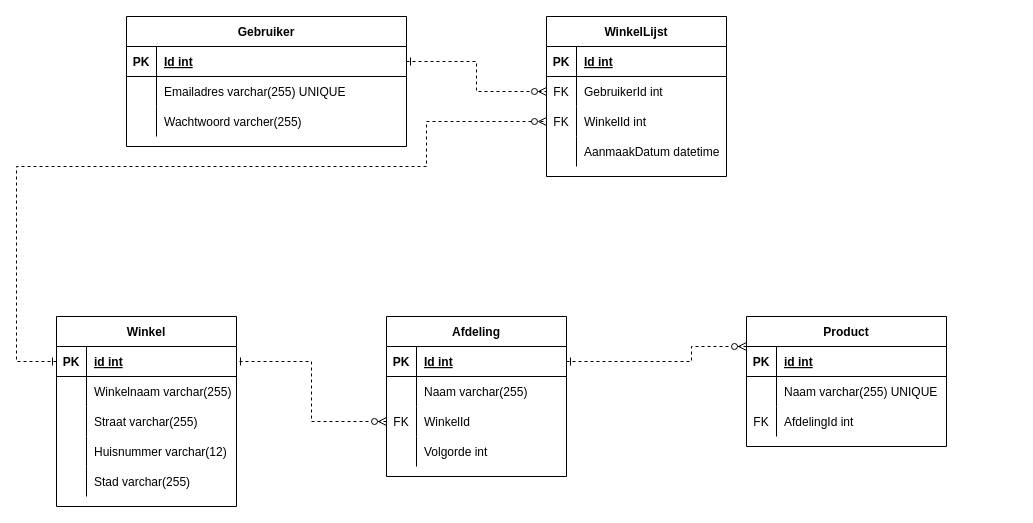
This is Erd Agile and testing Winkellijst.drawio from Agile-TestingTeam2/Project_winkellijst, a draw.io file, before an edit. Source tidied: cells renumbered, new cells numbered last; positions are measured from the earlier drawing's top-left corner, leaving out a move shared by most shapes. Both pictures are drawn from the tidied source at 100%, with x=0, y=0 at pixel (16, 16).
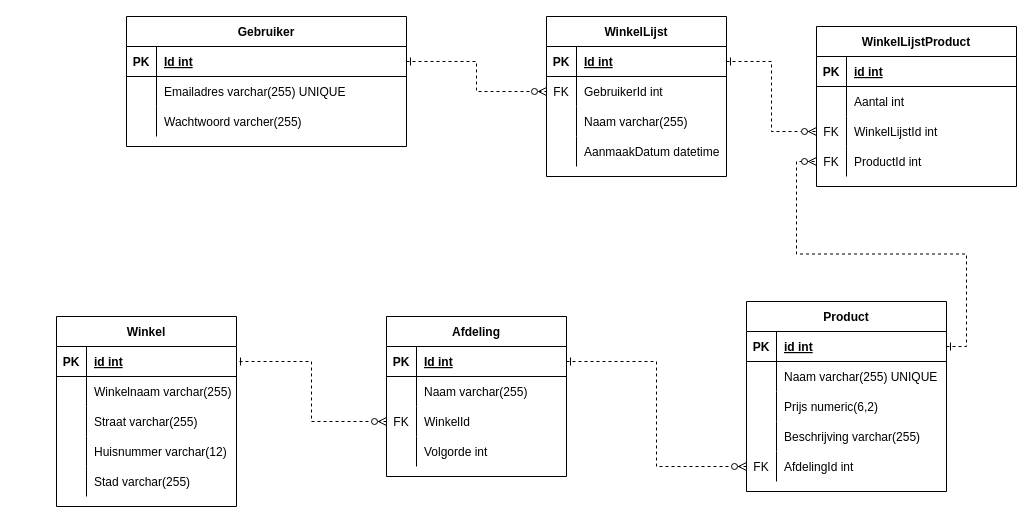
Above is the later version.

Unchanged cells that the change refers to:
```xml
<mxCell id="3" style="shape=partialRectangle;fillColor=none;top=0;left=0;bottom=1;right=0;points=[[0,0.5],[1,0.5]];portConstraint=eastwest;" parent="2" vertex="1">
  <mxGeometry y="30" width="180" height="30" as="geometry" />
</mxCell>
<mxCell id="19" style="shape=partialRectangle;fillColor=none;top=0;left=0;bottom=1;right=0;points=[[0,0.5],[1,0.5]];portConstraint=eastwest;" parent="18" vertex="1">
  <mxGeometry y="30" width="180" height="30" as="geometry" />
</mxCell>
<mxCell id="25" style="shape=partialRectangle;fillColor=none;top=0;left=0;bottom=0;right=0;points=[[0,0.5],[1,0.5]];portConstraint=eastwest;" parent="18" vertex="1">
  <mxGeometry y="90" width="180" height="30" as="geometry" />
</mxCell>
<mxCell id="45" style="shape=partialRectangle;fillColor=none;top=0;left=0;bottom=1;right=0;points=[[0,0.5],[1,0.5]];portConstraint=eastwest;" parent="44" vertex="1">
  <mxGeometry y="30" width="180" height="30" as="geometry" />
</mxCell>
<mxCell id="59" style="shape=partialRectangle;fillColor=none;top=0;left=0;bottom=1;right=0;points=[[0,0.5],[1,0.5]];portConstraint=eastwest;" parent="58" vertex="1">
  <mxGeometry y="30" width="200" height="30" as="geometry" />
</mxCell>
```

Change to the diagram source:
```diff
@@
-    <mxCell id="26" value="FK" style="shape=partialRectangle;fillColor=none;top=0;left=0;bottom=0;right=0;overflow=hidden;" parent="25" vertex="1">
+    <mxCell id="26" style="shape=partialRectangle;fillColor=none;top=0;left=0;bottom=0;right=0;overflow=hidden;" parent="25" vertex="1">
       <mxGeometry width="30" height="30" as="geometry" />
     </mxCell>
-    <mxCell id="27" value="WinkelId int" style="shape=partialRectangle;fillColor=none;top=0;left=0;bottom=0;right=0;align=left;spacingLeft=6;overflow=hidden;" parent="25" vertex="1">
+    <mxCell id="27" value="Naam varchar(255)" style="shape=partialRectangle;fillColor=none;top=0;left=0;bottom=0;right=0;align=left;spacingLeft=6;overflow=hidden;" parent="25" vertex="1">
       <mxGeometry x="30" width="150" height="30" as="geometry" />
     </mxCell>
@@
-    <mxCell id="42" style="edgeStyle=orthogonalEdgeStyle;rounded=0;jettySize=auto;html=1;dashed=1;startArrow=ERone;startFill=0;endArrow=ERzeroToMany;endFill=1;" parent="1" edge="1" source="3" target="25">
-      <mxGeometry relative="1" as="geometry">
-        <Array as="points">
-          <mxPoint y="345" />
-          <mxPoint y="150" />
-          <mxPoint x="410" y="150" />
-          <mxPoint x="410" y="105" />
-        </Array>
-      </mxGeometry>
-    </mxCell>
-    <mxCell id="43" style="edgeStyle=orthogonalEdgeStyle;rounded=0;jettySize=auto;html=1;entryX=1;entryY=0.5;entryDx=0;entryDy=0;startArrow=ERzeroToMany;startFill=1;endArrow=ERone;endFill=0;dashed=1;" parent="1" edge="1" source="59" target="45">
-      <mxGeometry relative="1" as="geometry">
-        <Array as="points">
-          <mxPoint x="675" y="330" />
-          <mxPoint x="675" y="345" />
-        </Array>
-      </mxGeometry>
-    </mxCell>
@@
     <mxCell id="58" value="Product" style="shape=table;startSize=30;childLayout=tableLayout;rowLines=0;fontStyle=1;align=center;" parent="1" vertex="1">
-      <mxGeometry x="730" y="300" width="200" height="130" as="geometry" />
+      <mxGeometry x="730" y="285" width="200" height="190" as="geometry" />
     </mxCell>
@@
+    <mxCell id="68" style="shape=partialRectangle;fillColor=none;top=0;left=0;bottom=0;right=0;" parent="58" vertex="1">
+      <mxGeometry y="90" width="200" height="30" as="geometry" />
+    </mxCell>
+    <mxCell id="69" style="shape=partialRectangle;fillColor=none;top=0;left=0;bottom=0;right=0;overflow=hidden;" parent="68" vertex="1">
+      <mxGeometry width="30" height="30" as="geometry" />
+    </mxCell>
+    <mxCell id="70" value="Prijs numeric(6,2)" style="shape=partialRectangle;fillColor=none;top=0;left=0;bottom=0;right=0;align=left;spacingLeft=6;overflow=hidden;" parent="68" vertex="1">
+      <mxGeometry x="30" width="170" height="30" as="geometry" />
+    </mxCell>
+    <mxCell id="71" style="shape=partialRectangle;fillColor=none;top=0;left=0;bottom=0;right=0;" parent="58" vertex="1">
+      <mxGeometry y="120" width="200" height="30" as="geometry" />
+    </mxCell>
+    <mxCell id="72" style="shape=partialRectangle;fillColor=none;top=0;left=0;bottom=0;right=0;overflow=hidden;" parent="71" vertex="1">
+      <mxGeometry width="30" height="30" as="geometry" />
+    </mxCell>
+    <mxCell id="73" value="Beschrijving varchar(255)" style="shape=partialRectangle;fillColor=none;top=0;left=0;bottom=0;right=0;align=left;spacingLeft=6;overflow=hidden;" parent="71" vertex="1">
+      <mxGeometry x="30" width="170" height="30" as="geometry" />
+    </mxCell>
     <mxCell id="65" style="shape=partialRectangle;fillColor=none;top=0;left=0;bottom=0;right=0;points=[[0,0.5],[1,0.5]];portConstraint=eastwest;" parent="58" vertex="1">
-      <mxGeometry y="90" width="200" height="30" as="geometry" />
+      <mxGeometry y="150" width="200" height="30" as="geometry" />
     </mxCell>
@@
+    <mxCell id="74" value="WinkelLijstProduct" style="shape=table;startSize=30;childLayout=tableLayout;rowLines=0;fontStyle=1;align=center;" parent="1" vertex="1">
+      <mxGeometry x="800" y="10" width="200" height="160" as="geometry" />
+    </mxCell>
+    <mxCell id="75" style="shape=partialRectangle;fillColor=none;top=0;left=0;bottom=1;right=0;" parent="74" vertex="1">
+      <mxGeometry y="30" width="200" height="30" as="geometry" />
+    </mxCell>
+    <mxCell id="76" value="PK" style="shape=partialRectangle;fillColor=none;top=0;left=0;bottom=0;right=0;fontStyle=1;overflow=hidden;" parent="75" vertex="1">
+      <mxGeometry width="30" height="30" as="geometry" />
+    </mxCell>
+    <mxCell id="77" value="id int" style="shape=partialRectangle;fillColor=none;top=0;left=0;bottom=0;right=0;align=left;spacingLeft=6;fontStyle=5;overflow=hidden;" parent="75" vertex="1">
+      <mxGeometry x="30" width="170" height="30" as="geometry" />
+    </mxCell>
+    <mxCell id="78" style="shape=partialRectangle;fillColor=none;top=0;left=0;bottom=0;right=0;" parent="74" vertex="1">
+      <mxGeometry y="60" width="200" height="30" as="geometry" />
+    </mxCell>
+    <mxCell id="79" style="shape=partialRectangle;fillColor=none;top=0;left=0;bottom=0;right=0;overflow=hidden;" parent="78" vertex="1">
+      <mxGeometry width="30" height="30" as="geometry" />
+    </mxCell>
+    <mxCell id="80" value="Aantal int" style="shape=partialRectangle;fillColor=none;top=0;left=0;bottom=0;right=0;align=left;spacingLeft=6;overflow=hidden;" parent="78" vertex="1">
+      <mxGeometry x="30" width="170" height="30" as="geometry" />
+    </mxCell>
+    <mxCell id="81" style="shape=partialRectangle;fillColor=none;top=0;left=0;bottom=0;right=0;points=[[0,0.5],[1,0.5]];portConstraint=eastwest;" parent="74" vertex="1">
+      <mxGeometry y="90" width="200" height="30" as="geometry" />
+    </mxCell>
+    <mxCell id="82" value="FK" style="shape=partialRectangle;fillColor=none;top=0;left=0;bottom=0;right=0;overflow=hidden;" parent="81" vertex="1">
+      <mxGeometry width="30" height="30" as="geometry" />
+    </mxCell>
+    <mxCell id="83" value="WinkelLijstId int" style="shape=partialRectangle;fillColor=none;top=0;left=0;bottom=0;right=0;align=left;spacingLeft=6;overflow=hidden;" parent="81" vertex="1">
+      <mxGeometry x="30" width="170" height="30" as="geometry" />
+    </mxCell>
+    <mxCell id="84" style="shape=partialRectangle;fillColor=none;top=0;left=0;bottom=0;right=0;points=[[0,0.5],[1,0.5]];portConstraint=eastwest;" parent="74" vertex="1">
+      <mxGeometry y="120" width="200" height="30" as="geometry" />
+    </mxCell>
+    <mxCell id="85" value="FK" style="shape=partialRectangle;fillColor=none;top=0;left=0;bottom=0;right=0;overflow=hidden;" parent="84" vertex="1">
+      <mxGeometry width="30" height="30" as="geometry" />
+    </mxCell>
+    <mxCell id="86" value="ProductId int" style="shape=partialRectangle;fillColor=none;top=0;left=0;bottom=0;right=0;align=left;spacingLeft=6;overflow=hidden;" parent="84" vertex="1">
+      <mxGeometry x="30" width="170" height="30" as="geometry" />
+    </mxCell>
+    <mxCell id="87" style="edgeStyle=orthogonalEdgeStyle;rounded=0;jettySize=auto;html=1;entryX=0;entryY=0.5;entryDx=0;entryDy=0;dashed=1;startArrow=ERone;startFill=0;endArrow=ERzeroToMany;endFill=1;" parent="1" edge="1" source="19" target="81">
+      <mxGeometry relative="1" as="geometry" />
+    </mxCell>
+    <mxCell id="88" style="edgeStyle=orthogonalEdgeStyle;rounded=0;jettySize=auto;html=1;entryX=0;entryY=0.5;entryDx=0;entryDy=0;dashed=1;startArrow=ERone;startFill=0;endArrow=ERzeroToMany;endFill=1;" parent="1" edge="1" source="59" target="84">
+      <mxGeometry relative="1" as="geometry" />
+    </mxCell>
+    <mxCell id="89" style="edgeStyle=orthogonalEdgeStyle;rounded=0;jettySize=auto;html=1;entryX=0;entryY=0.5;entryDx=0;entryDy=0;dashed=1;startArrow=ERone;startFill=0;endArrow=ERzeroToMany;endFill=1;" parent="1" edge="1" source="45" target="65">
+      <mxGeometry relative="1" as="geometry" />
+    </mxCell>
```
